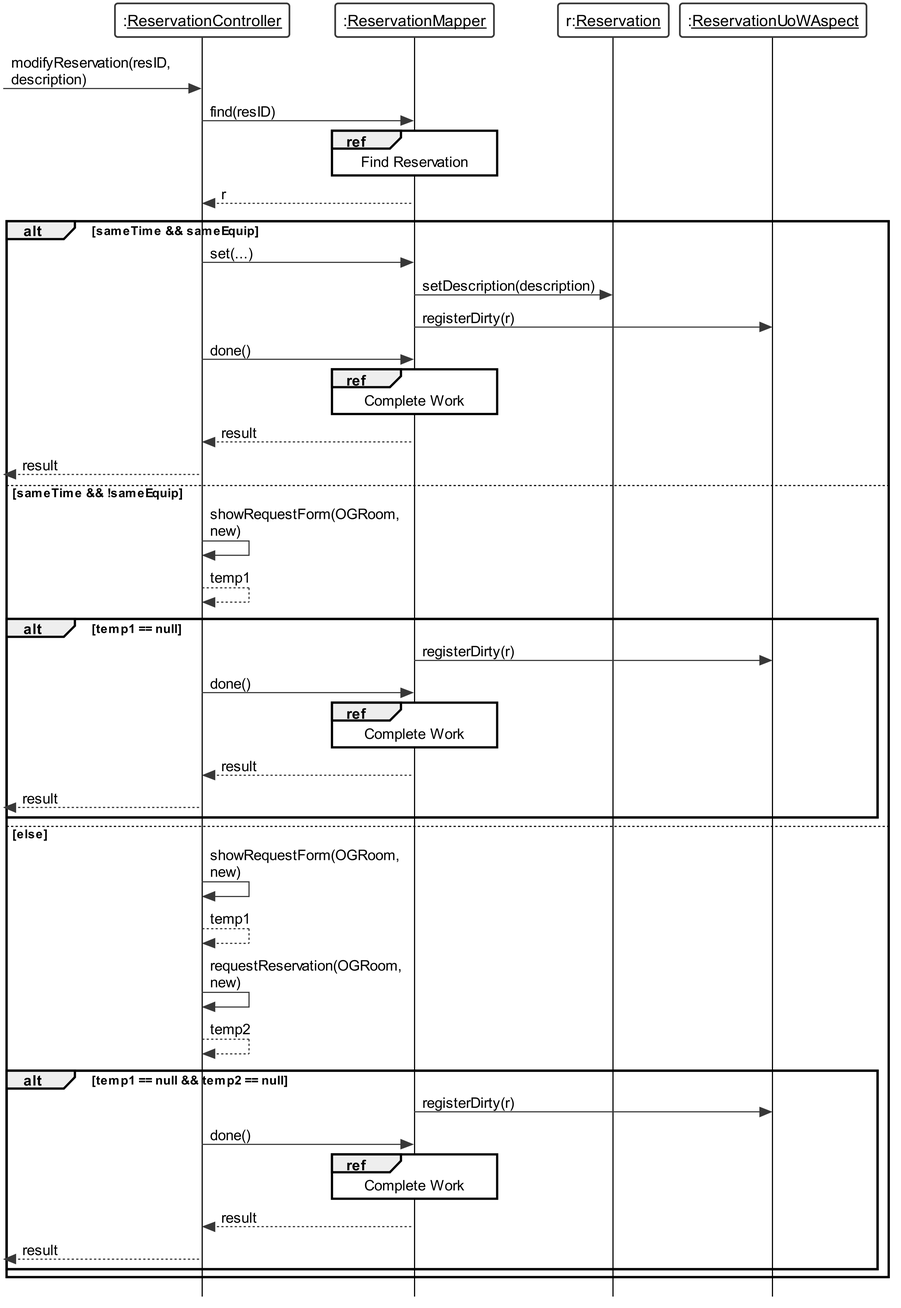
Before: Documentation/plantuml/SD_UC05_2.png, a diagram exported from PlantUML (wolfcall/Tyrell-Corp). Its diagram source:
```plantuml
@startuml
skinparam {
	roundcorner 5
	sequenceMessageAlign left
	dpi 300
	monochrome true
	backgroundColor white
	classBackgroundColor white
	style strictuml
	defaultFontName Arial
	maxmessagesize 200
	lifelineStrategy solid
	classAttributeIconSize 0
}

skinparam sequence {
	LifeLineBackgroundColor white
	LifeLineBorderColor black
	BoxBackgroundColor white
	ParticipantBackgroundColor white
	ActorBackgroundColor white
}

skinparam usecase {
	BackgroundColor white
}

participant ":__ReservationController__" as rController
participant ":__ReservationMapper__" as rMapper
participant "r:__Reservation__" as reservation
participant ":__ReservationUoWAspect__" as UoW

[-> rController: modifyReservation(resID, description)
rController -> rMapper : find(resID)
ref over rMapper : Find Reservation
rMapper --> rController : r

alt sameTime && sameEquip
	rController -> rMapper : set(...)
	rMapper -> reservation : setDescription(description)

	rMapper -> UoW : registerDirty(r)

	rController -> rMapper : done()
	ref over rMapper : Complete Work
	rMapper --> rController : result
	[<-- rController : result
else sameTime && !sameEquip
	rController -> rController : showRequestForm(OGRoom, new)
	rController --> rController : temp1

	alt temp1 == null
		rMapper -> UoW : registerDirty(r)

		rController -> rMapper : done()
		ref over rMapper : Complete Work
		rMapper --> rController : result
		[<-- rController : result
	end
else else
	rController -> rController : showRequestForm(OGRoom, new)
	rController --> rController : temp1

	rController -> rController : requestReservation(OGRoom, new)
	rController --> rController : temp2

	alt temp1 == null && temp2 == null
		rMapper -> UoW : registerDirty(r)

		rController -> rMapper : done()
		ref over rMapper : Complete Work
		rMapper --> rController : result
		[<-- rController : result
	end
end
@enduml
```
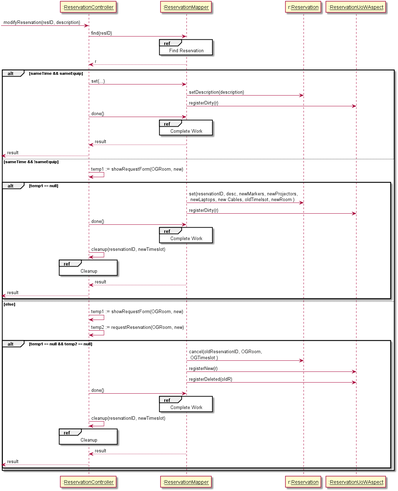
Above is the later version.

The edit, as a diff of the source:
```diff
@@ -1,29 +1,4 @@
 @startuml
-skinparam {
-	roundcorner 5
-	sequenceMessageAlign left
-	dpi 300
-	monochrome true
-	backgroundColor white
-	classBackgroundColor white
-	style strictuml
-	defaultFontName Arial
-	maxmessagesize 200
-	lifelineStrategy solid
-	classAttributeIconSize 0
-}
-
-skinparam sequence {
-	LifeLineBackgroundColor white
-	LifeLineBorderColor black
-	BoxBackgroundColor white
-	ParticipantBackgroundColor white
-	ActorBackgroundColor white
-}
-
-skinparam usecase {
-	BackgroundColor white
-}
 
 participant ":__ReservationController__" as rController
 participant ":__ReservationMapper__" as rMapper
@@ -45,30 +20,34 @@
 	ref over rMapper : Complete Work
 	rMapper --> rController : result
 	[<-- rController : result
+
 else sameTime && !sameEquip
-	rController -> rController : showRequestForm(OGRoom, new)
-	rController --> rController : temp1
+	rController -> rController : temp1 := showRequestForm(OGRoom, new)
 
 	alt temp1 == null
+		rMapper -> reservation : set(reservationID, desc, newMarkers, newProjectors,\n newLaptops, new Cables, oldTimelsot, newRoom )
 		rMapper -> UoW : registerDirty(r)
 
 		rController -> rMapper : done()
 		ref over rMapper : Complete Work
+		rController -> rController : cleanup(reservationID, newTimeslot)
+		ref over rController : Cleanup
 		rMapper --> rController : result
 		[<-- rController : result
 	end
 else else
-	rController -> rController : showRequestForm(OGRoom, new)
-	rController --> rController : temp1
-
-	rController -> rController : requestReservation(OGRoom, new)
-	rController --> rController : temp2
+	rController -> rController : temp1 := showRequestForm(OGRoom, new)
+	rController -> rController : temp2 := requestReservation(OGRoom, new)
 
 	alt temp1 == null && temp2 == null
-		rMapper -> UoW : registerDirty(r)
+		rMapper -> reservation : cancel(oldReservationID, OGRoom,\n OGTimeslot )
+		rMapper -> UoW : registerNew(r)
+		rMapper -> UoW : registerDeleted(oldR)
 
 		rController -> rMapper : done()
 		ref over rMapper : Complete Work
+		rController -> rController : cleanup(reservationID, newTimeslot)
+		ref over rController : Cleanup
 		rMapper --> rController : result
 		[<-- rController : result
 	end
```
